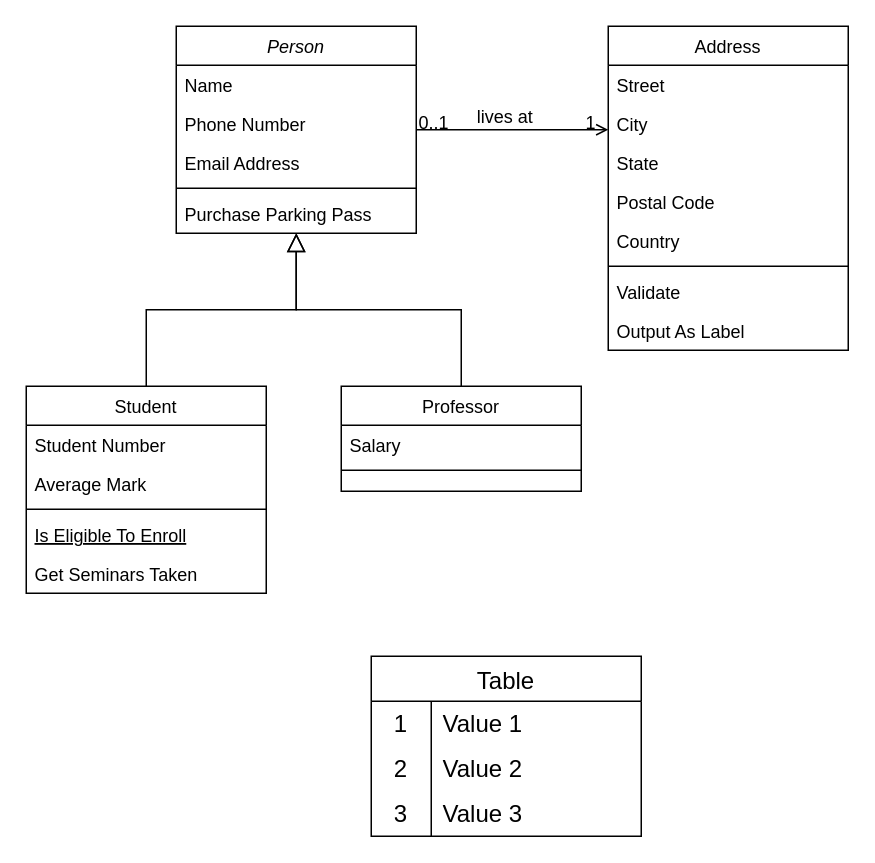
Earlier version of the draw.io diagram ops-project_1.0.0.drawio (Pmp4/erd). Source tidied: cells renumbered, new cells numbered last; positions are measured from the earlier drawing's top-left corner, leaving out a move shared by most shapes. Both pictures are drawn from the tidied source at 150%, with x=0, y=0 at pixel (26, 26).
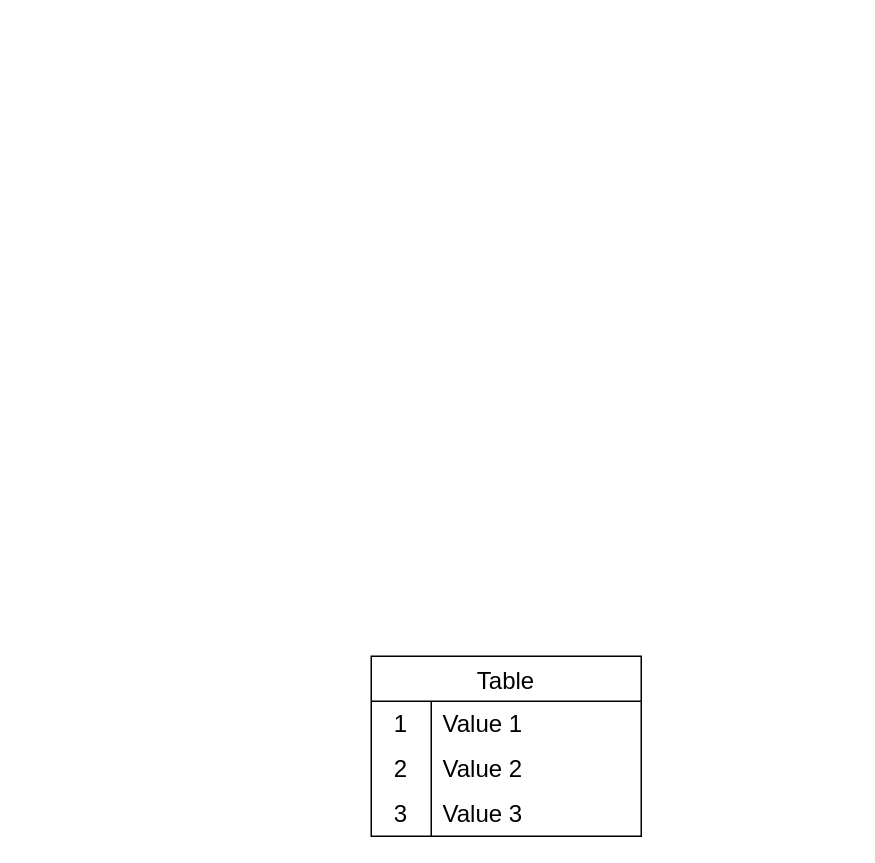
The same page after the edit.

Change to the diagram source:
```diff
@@
-    <mxCell id="2" value="Person" style="swimlane;fontStyle=2;align=center;verticalAlign=top;horizontal=1;startSize=26;rounded=0;shadow=0;strokeWidth=1;" parent="1" vertex="1">
-      <mxGeometry x="100" width="160" height="138" as="geometry" />
-    </mxCell>
-    <mxCell id="3" value="Name" style="text;align=left;verticalAlign=top;spacingLeft=4;spacingRight=4;overflow=hidden;" parent="2" vertex="1">
-      <mxGeometry y="26" width="160" height="26" as="geometry" />
-    </mxCell>
-    <mxCell id="4" value="Phone Number" style="text;align=left;verticalAlign=top;spacingLeft=4;spacingRight=4;overflow=hidden;rounded=0;shadow=0;html=0;" parent="2" vertex="1">
-      <mxGeometry y="52" width="160" height="26" as="geometry" />
-    </mxCell>
-    <mxCell id="5" value="Email Address" style="text;align=left;verticalAlign=top;spacingLeft=4;spacingRight=4;overflow=hidden;rounded=0;shadow=0;html=0;" parent="2" vertex="1">
-      <mxGeometry y="78" width="160" height="26" as="geometry" />
-    </mxCell>
-    <mxCell id="6" style="line;html=1;strokeWidth=1;align=left;verticalAlign=middle;spacingTop=-1;spacingLeft=3;spacingRight=3;labelPosition=right;" parent="2" vertex="1">
-      <mxGeometry y="104" width="160" height="8" as="geometry" />
-    </mxCell>
-    <mxCell id="7" value="Purchase Parking Pass" style="text;align=left;verticalAlign=top;spacingLeft=4;spacingRight=4;overflow=hidden;" parent="2" vertex="1">
-      <mxGeometry y="112" width="160" height="26" as="geometry" />
-    </mxCell>
-    <mxCell id="8" value="Student" style="swimlane;fontStyle=0;align=center;verticalAlign=top;horizontal=1;startSize=26;rounded=0;shadow=0;strokeWidth=1;" parent="1" vertex="1">
-      <mxGeometry y="240" width="160" height="138" as="geometry" />
-    </mxCell>
-    <mxCell id="9" value="Student Number" style="text;align=left;verticalAlign=top;spacingLeft=4;spacingRight=4;overflow=hidden;" parent="8" vertex="1">
-      <mxGeometry y="26" width="160" height="26" as="geometry" />
-    </mxCell>
-    <mxCell id="10" value="Average Mark" style="text;align=left;verticalAlign=top;spacingLeft=4;spacingRight=4;overflow=hidden;rounded=0;shadow=0;html=0;" parent="8" vertex="1">
-      <mxGeometry y="52" width="160" height="26" as="geometry" />
-    </mxCell>
-    <mxCell id="11" style="line;html=1;strokeWidth=1;align=left;verticalAlign=middle;spacingTop=-1;spacingLeft=3;spacingRight=3;labelPosition=right;" parent="8" vertex="1">
-      <mxGeometry y="78" width="160" height="8" as="geometry" />
-    </mxCell>
-    <mxCell id="12" value="Is Eligible To Enroll" style="text;align=left;verticalAlign=top;spacingLeft=4;spacingRight=4;overflow=hidden;fontStyle=4;" parent="8" vertex="1">
-      <mxGeometry y="86" width="160" height="26" as="geometry" />
-    </mxCell>
-    <mxCell id="13" value="Get Seminars Taken" style="text;align=left;verticalAlign=top;spacingLeft=4;spacingRight=4;overflow=hidden;" parent="8" vertex="1">
-      <mxGeometry y="112" width="160" height="26" as="geometry" />
-    </mxCell>
-    <mxCell id="14" style="endArrow=block;endSize=10;endFill=0;shadow=0;strokeWidth=1;rounded=0;edgeStyle=elbowEdgeStyle;elbow=vertical;" parent="1" edge="1" source="8" target="2">
-      <mxGeometry relative="1" as="geometry" />
-    </mxCell>
-    <mxCell id="15" value="Professor" style="swimlane;fontStyle=0;align=center;verticalAlign=top;horizontal=1;startSize=26;rounded=0;shadow=0;strokeWidth=1;" parent="1" vertex="1">
-      <mxGeometry x="210" y="240" width="160" height="70" as="geometry" />
-    </mxCell>
-    <mxCell id="16" value="Salary" style="text;align=left;verticalAlign=top;spacingLeft=4;spacingRight=4;overflow=hidden;" parent="15" vertex="1">
-      <mxGeometry y="26" width="160" height="26" as="geometry" />
-    </mxCell>
-    <mxCell id="17" style="line;html=1;strokeWidth=1;align=left;verticalAlign=middle;spacingTop=-1;spacingLeft=3;spacingRight=3;labelPosition=right;" parent="15" vertex="1">
-      <mxGeometry y="52" width="160" height="8" as="geometry" />
-    </mxCell>
-    <mxCell id="18" style="endArrow=block;endSize=10;endFill=0;shadow=0;strokeWidth=1;rounded=0;edgeStyle=elbowEdgeStyle;elbow=vertical;" parent="1" edge="1" source="15" target="2">
-      <mxGeometry relative="1" as="geometry" />
-    </mxCell>
-    <mxCell id="19" value="Address" style="swimlane;fontStyle=0;align=center;verticalAlign=top;horizontal=1;startSize=26;rounded=0;shadow=0;strokeWidth=1;" parent="1" vertex="1">
-      <mxGeometry x="388" width="160" height="216" as="geometry" />
-    </mxCell>
-    <mxCell id="20" value="Street" style="text;align=left;verticalAlign=top;spacingLeft=4;spacingRight=4;overflow=hidden;" parent="19" vertex="1">
-      <mxGeometry y="26" width="160" height="26" as="geometry" />
-    </mxCell>
-    <mxCell id="21" value="City" style="text;align=left;verticalAlign=top;spacingLeft=4;spacingRight=4;overflow=hidden;rounded=0;shadow=0;html=0;" parent="19" vertex="1">
-      <mxGeometry y="52" width="160" height="26" as="geometry" />
-    </mxCell>
-    <mxCell id="22" value="State" style="text;align=left;verticalAlign=top;spacingLeft=4;spacingRight=4;overflow=hidden;rounded=0;shadow=0;html=0;" parent="19" vertex="1">
-      <mxGeometry y="78" width="160" height="26" as="geometry" />
-    </mxCell>
-    <mxCell id="23" value="Postal Code" style="text;align=left;verticalAlign=top;spacingLeft=4;spacingRight=4;overflow=hidden;rounded=0;shadow=0;html=0;" parent="19" vertex="1">
-      <mxGeometry y="104" width="160" height="26" as="geometry" />
-    </mxCell>
-    <mxCell id="24" value="Country" style="text;align=left;verticalAlign=top;spacingLeft=4;spacingRight=4;overflow=hidden;rounded=0;shadow=0;html=0;" parent="19" vertex="1">
-      <mxGeometry y="130" width="160" height="26" as="geometry" />
-    </mxCell>
-    <mxCell id="25" style="line;html=1;strokeWidth=1;align=left;verticalAlign=middle;spacingTop=-1;spacingLeft=3;spacingRight=3;labelPosition=right;" parent="19" vertex="1">
-      <mxGeometry y="156" width="160" height="8" as="geometry" />
-    </mxCell>
-    <mxCell id="26" value="Validate" style="text;align=left;verticalAlign=top;spacingLeft=4;spacingRight=4;overflow=hidden;" parent="19" vertex="1">
-      <mxGeometry y="164" width="160" height="26" as="geometry" />
-    </mxCell>
-    <mxCell id="27" value="Output As Label" style="text;align=left;verticalAlign=top;spacingLeft=4;spacingRight=4;overflow=hidden;" parent="19" vertex="1">
-      <mxGeometry y="190" width="160" height="26" as="geometry" />
-    </mxCell>
-    <mxCell id="28" style="endArrow=open;shadow=0;strokeWidth=1;rounded=0;endFill=1;edgeStyle=elbowEdgeStyle;elbow=vertical;" parent="1" edge="1" source="2" target="19">
-      <mxGeometry x="0.5" y="41" relative="1" as="geometry">
-        <mxPoint x="-40" y="32" as="offset" />
-      </mxGeometry>
-    </mxCell>
-    <mxCell id="29" value="0..1" style="align=left;verticalAlign=bottom;labelBackgroundColor=none;fontSize=12;" parent="28" vertex="1">
-      <mxGeometry x="-1" relative="1" as="geometry">
-        <mxPoint y="4" as="offset" />
-      </mxGeometry>
-    </mxCell>
-    <mxCell id="30" value="1" style="align=right;verticalAlign=bottom;labelBackgroundColor=none;fontSize=12;" parent="28" vertex="1">
-      <mxGeometry x="1" relative="1" as="geometry">
-        <mxPoint x="-7" y="4" as="offset" />
-      </mxGeometry>
-    </mxCell>
-    <mxCell id="31" value="lives at" style="text;html=1;align=center;verticalAlign=middle;labelBackgroundColor=none;rounded=0;shadow=0;strokeWidth=1;fontSize=12;" parent="28" vertex="1">
-      <mxGeometry x="0.5" y="49" relative="1" as="geometry">
-        <mxPoint x="-38" y="40" as="offset" />
-      </mxGeometry>
-    </mxCell>
```
